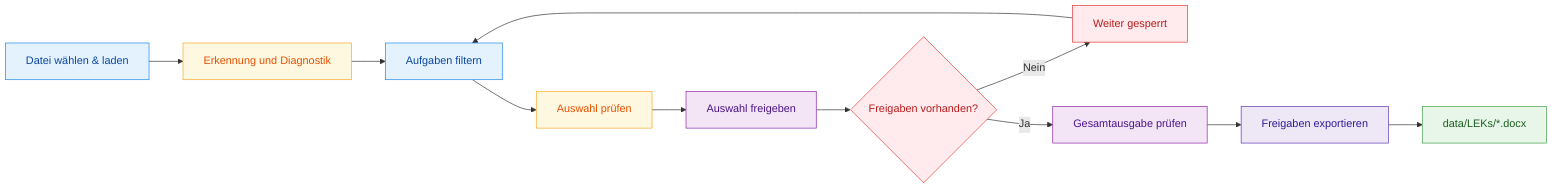
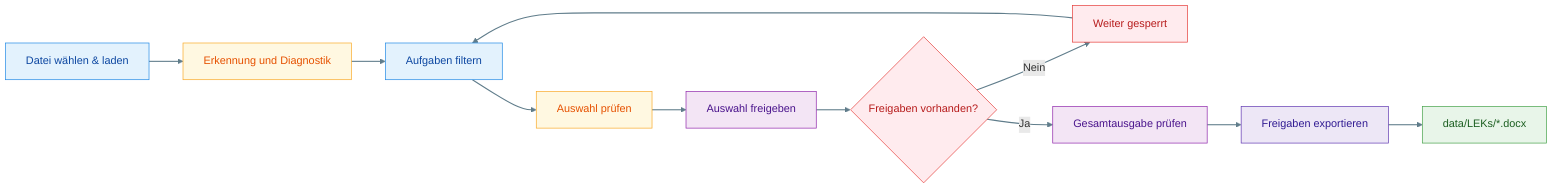
flowchart LR
    A[Datei wählen & laden] --> B[Erkennung und Diagnostik]
    B --> C[Aufgaben filtern]
    C --> D[Auswahl prüfen]
    D --> E[Auswahl freigeben]
    E --> F{Freigaben vorhanden?}
    F -->|Nein| G[Weiter gesperrt]
    G --> C
    F -->|Ja| H[Gesamtausgabe prüfen]
    H --> I[Freigaben exportieren]
    I --> J[data/LEKs/*.docx]

    classDef ui fill:#E3F2FD,stroke:#1E88E5,color:#0D47A1,stroke-width:1px;
    classDef process fill:#FFF8E1,stroke:#F9A825,color:#E65100,stroke-width:1px;
    classDef data fill:#E8F5E9,stroke:#43A047,color:#1B5E20,stroke-width:1px;
    classDef quality fill:#F3E5F5,stroke:#8E24AA,color:#4A148C,stroke-width:1px;
    classDef decision fill:#FFEBEE,stroke:#E53935,color:#B71C1C,stroke-width:1px;
    classDef release fill:#EDE7F6,stroke:#5E35B1,color:#311B92,stroke-width:1px;

    class A,C ui;
    class B,D process;
    class E,H quality;
    class F,G decision;
    class I release;
    class J data;
+ 
+     linkStyle default stroke:#607D8B,stroke-width:1.6px;
